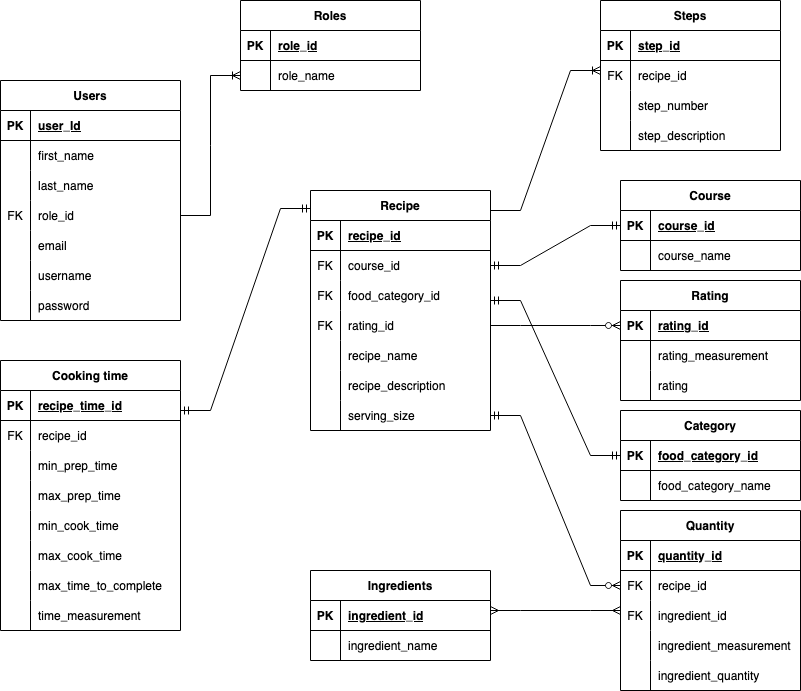
The draw.io diagram database/ERD/ERD-recipes.png in asettle/recipe-database, before a commit. Source tidied: cells renumbered, new cells last; positions are measured from the earlier drawing's top-left corner, leaving out a move shared by most shapes.
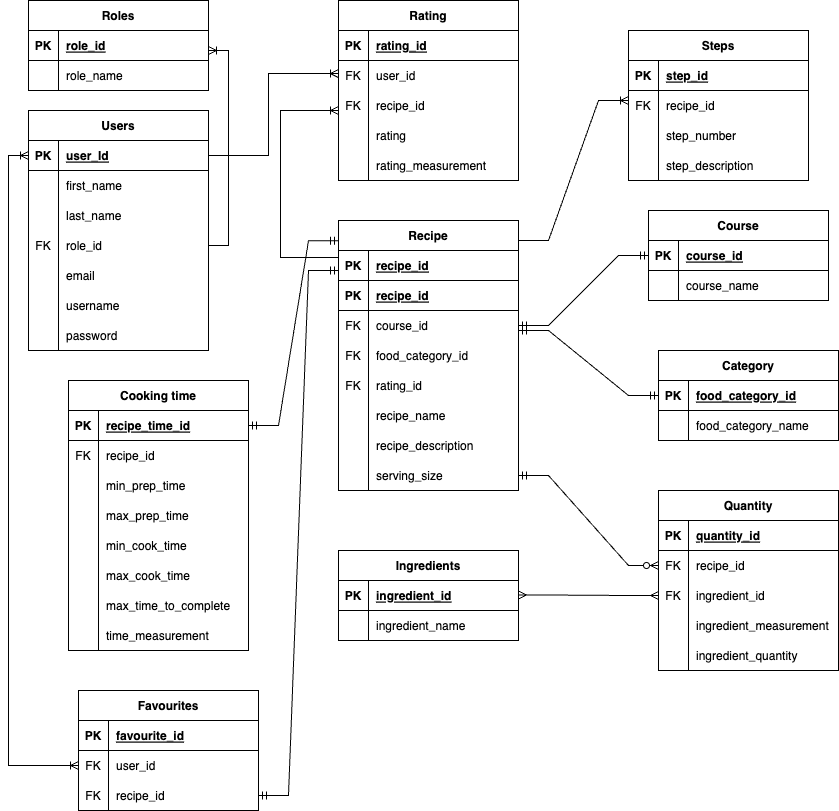
After the change.

Commit message:
Updating database with favourites and ratings

What changed in the source:
```diff
@@ -69,7 +69,7 @@
       <mxGeometry x="30" width="150" height="30" as="geometry" />
     </mxCell>
     <mxCell id="24" value="Roles" style="shape=table;startSize=30;rowLines=0;fontStyle=1;align=center;" parent="1" vertex="1">
-      <mxGeometry x="240" width="180" height="90" as="geometry" />
+      <mxGeometry y="-30" width="180" height="90" as="geometry" />
     </mxCell>
     <mxCell id="25" style="shape=tableRow;horizontal=0;startSize=0;swimlaneHead=0;swimlaneBody=0;fillColor=none;top=0;left=0;right=0;bottom=1;" parent="24" vertex="1">
       <mxGeometry y="30" width="180" height="30" as="geometry" />
@@ -90,10 +90,19 @@
       <mxGeometry x="30" width="150" height="30" as="geometry" />
     </mxCell>
     <mxCell id="31" value="Recipe" style="shape=table;startSize=30;rowLines=0;fontStyle=1;align=center;" parent="1" vertex="1">
-      <mxGeometry x="310" y="190" width="180" height="240" as="geometry" />
+      <mxGeometry x="310" y="190" width="180" height="270" as="geometry" />
     </mxCell>
+    <mxCell id="146" style="shape=tableRow;horizontal=0;startSize=0;swimlaneHead=0;swimlaneBody=0;fillColor=none;top=0;left=0;right=0;bottom=1;" parent="31" vertex="1">
+      <mxGeometry y="30" width="180" height="30" as="geometry" />
+    </mxCell>
+    <mxCell id="147" value="PK" style="shape=partialRectangle;fillColor=none;top=0;left=0;bottom=0;right=0;fontStyle=1;overflow=hidden;" parent="146" vertex="1">
+      <mxGeometry width="30" height="30" as="geometry" />
+    </mxCell>
+    <mxCell id="148" value="recipe_id" style="shape=partialRectangle;fillColor=none;top=0;left=0;bottom=0;right=0;align=left;spacingLeft=6;fontStyle=5;overflow=hidden;" parent="146" vertex="1">
+      <mxGeometry x="30" width="150" height="30" as="geometry" />
+    </mxCell>
     <mxCell id="32" style="shape=tableRow;horizontal=0;startSize=0;swimlaneHead=0;swimlaneBody=0;fillColor=none;top=0;left=0;right=0;bottom=1;" parent="31" vertex="1">
-      <mxGeometry y="30" width="180" height="30" as="geometry" />
+      <mxGeometry y="60" width="180" height="30" as="geometry" />
     </mxCell>
     <mxCell id="33" value="PK" style="shape=partialRectangle;fillColor=none;top=0;left=0;bottom=0;right=0;fontStyle=1;overflow=hidden;" parent="32" vertex="1">
       <mxGeometry width="30" height="30" as="geometry" />
@@ -102,7 +111,7 @@
       <mxGeometry x="30" width="150" height="30" as="geometry" />
     </mxCell>
     <mxCell id="35" style="shape=tableRow;horizontal=0;startSize=0;swimlaneHead=0;swimlaneBody=0;fillColor=none;points=[[0,0.5],[1,0.5]];portConstraint=eastwest;top=0;left=0;right=0;bottom=0;" parent="31" vertex="1">
-      <mxGeometry y="60" width="180" height="30" as="geometry" />
+      <mxGeometry y="90" width="180" height="30" as="geometry" />
     </mxCell>
     <mxCell id="36" value="FK" style="shape=partialRectangle;fillColor=none;top=0;left=0;bottom=0;right=0;overflow=hidden;" parent="35" vertex="1">
       <mxGeometry width="30" height="30" as="geometry" />
@@ -111,7 +120,7 @@
       <mxGeometry x="30" width="150" height="30" as="geometry" />
     </mxCell>
     <mxCell id="38" style="shape=tableRow;horizontal=0;startSize=0;swimlaneHead=0;swimlaneBody=0;fillColor=none;top=0;left=0;right=0;bottom=0;" parent="31" vertex="1">
-      <mxGeometry y="90" width="180" height="30" as="geometry" />
+      <mxGeometry y="120" width="180" height="30" as="geometry" />
     </mxCell>
     <mxCell id="39" value="FK" style="shape=partialRectangle;fillColor=none;top=0;left=0;bottom=0;right=0;overflow=hidden;" parent="38" vertex="1">
       <mxGeometry width="30" height="30" as="geometry" />
@@ -120,7 +129,7 @@
       <mxGeometry x="30" width="150" height="30" as="geometry" />
     </mxCell>
     <mxCell id="41" style="shape=tableRow;horizontal=0;startSize=0;swimlaneHead=0;swimlaneBody=0;fillColor=none;points=[[0,0.5],[1,0.5]];portConstraint=eastwest;top=0;left=0;right=0;bottom=0;" parent="31" vertex="1">
-      <mxGeometry y="120" width="180" height="30" as="geometry" />
+      <mxGeometry y="150" width="180" height="30" as="geometry" />
     </mxCell>
     <mxCell id="42" value="FK" style="shape=partialRectangle;fillColor=none;top=0;left=0;bottom=0;right=0;overflow=hidden;" parent="41" vertex="1">
       <mxGeometry width="30" height="30" as="geometry" />
@@ -129,7 +138,7 @@
       <mxGeometry x="30" width="150" height="30" as="geometry" />
     </mxCell>
     <mxCell id="44" style="shape=tableRow;horizontal=0;startSize=0;swimlaneHead=0;swimlaneBody=0;fillColor=none;top=0;left=0;right=0;bottom=0;" parent="31" vertex="1">
-      <mxGeometry y="150" width="180" height="30" as="geometry" />
+      <mxGeometry y="180" width="180" height="30" as="geometry" />
     </mxCell>
     <mxCell id="45" style="shape=partialRectangle;fillColor=none;top=0;left=0;bottom=0;right=0;overflow=hidden;" parent="44" vertex="1">
       <mxGeometry width="30" height="30" as="geometry" />
@@ -138,7 +147,7 @@
       <mxGeometry x="30" width="150" height="30" as="geometry" />
     </mxCell>
     <mxCell id="47" style="shape=tableRow;horizontal=0;startSize=0;swimlaneHead=0;swimlaneBody=0;fillColor=none;top=0;left=0;right=0;bottom=0;" parent="31" vertex="1">
-      <mxGeometry y="180" width="180" height="30" as="geometry" />
+      <mxGeometry y="210" width="180" height="30" as="geometry" />
     </mxCell>
     <mxCell id="48" style="shape=partialRectangle;fillColor=none;top=0;left=0;bottom=0;right=0;overflow=hidden;" parent="47" vertex="1">
       <mxGeometry width="30" height="30" as="geometry" />
@@ -147,7 +156,7 @@
       <mxGeometry x="30" width="150" height="30" as="geometry" />
     </mxCell>
     <mxCell id="50" style="shape=tableRow;horizontal=0;startSize=0;swimlaneHead=0;swimlaneBody=0;fillColor=none;points=[[0,0.5],[1,0.5]];portConstraint=eastwest;top=0;left=0;right=0;bottom=0;" parent="31" vertex="1">
-      <mxGeometry y="210" width="180" height="30" as="geometry" />
+      <mxGeometry y="240" width="180" height="30" as="geometry" />
     </mxCell>
     <mxCell id="51" style="shape=partialRectangle;fillColor=none;top=0;left=0;bottom=0;right=0;overflow=hidden;" parent="50" vertex="1">
       <mxGeometry width="30" height="30" as="geometry" />
@@ -156,7 +165,7 @@
       <mxGeometry x="30" width="150" height="30" as="geometry" />
     </mxCell>
     <mxCell id="53" value="Cooking time" style="shape=table;startSize=30;rowLines=0;fontStyle=1;align=center;" parent="1" vertex="1">
-      <mxGeometry y="360" width="180" height="270" as="geometry" />
+      <mxGeometry x="40" y="350" width="180" height="270" as="geometry" />
     </mxCell>
     <mxCell id="54" style="shape=tableRow;horizontal=0;startSize=0;swimlaneHead=0;swimlaneBody=0;fillColor=none;points=[[0,0.5],[1,0.5]];portConstraint=eastwest;top=0;left=0;right=0;bottom=1;" parent="53" vertex="1">
       <mxGeometry y="30" width="180" height="30" as="geometry" />
@@ -231,7 +240,7 @@
       <mxGeometry x="30" width="150" height="30" as="geometry" />
     </mxCell>
     <mxCell id="78" value="Rating" style="shape=table;startSize=30;rowLines=0;fontStyle=1;align=center;" parent="1" vertex="1">
-      <mxGeometry x="620" y="280" width="180" height="120" as="geometry" />
+      <mxGeometry x="310" y="-30" width="180" height="180" as="geometry" />
     </mxCell>
     <mxCell id="79" style="shape=tableRow;horizontal=0;startSize=0;swimlaneHead=0;swimlaneBody=0;fillColor=none;points=[[0,0.5],[1,0.5]];portConstraint=eastwest;top=0;left=0;right=0;bottom=1;" parent="78" vertex="1">
       <mxGeometry y="30" width="180" height="30" as="geometry" />
@@ -245,21 +254,39 @@
     <mxCell id="82" style="shape=tableRow;horizontal=0;startSize=0;swimlaneHead=0;swimlaneBody=0;fillColor=none;top=0;left=0;right=0;bottom=0;" parent="78" vertex="1">
       <mxGeometry y="60" width="180" height="30" as="geometry" />
     </mxCell>
-    <mxCell id="83" style="shape=partialRectangle;fillColor=none;top=0;left=0;bottom=0;right=0;overflow=hidden;" parent="82" vertex="1">
+    <mxCell id="83" value="FK" style="shape=partialRectangle;fillColor=none;top=0;left=0;bottom=0;right=0;overflow=hidden;" parent="82" vertex="1">
       <mxGeometry width="30" height="30" as="geometry" />
     </mxCell>
-    <mxCell id="84" value="rating_measurement" style="shape=partialRectangle;fillColor=none;top=0;left=0;bottom=0;right=0;align=left;spacingLeft=6;overflow=hidden;" parent="82" vertex="1">
+    <mxCell id="84" value="user_id" style="shape=partialRectangle;fillColor=none;top=0;left=0;bottom=0;right=0;align=left;spacingLeft=6;overflow=hidden;" parent="82" vertex="1">
       <mxGeometry x="30" width="150" height="30" as="geometry" />
     </mxCell>
-    <mxCell id="85" style="shape=tableRow;horizontal=0;startSize=0;swimlaneHead=0;swimlaneBody=0;fillColor=none;top=0;left=0;right=0;bottom=0;" parent="78" vertex="1">
-      <mxGeometry y="90" width="180" height="30" as="geometry" />
-    </mxCell>
-    <mxCell id="86" style="shape=partialRectangle;fillColor=none;top=0;left=0;bottom=0;right=0;overflow=hidden;" parent="85" vertex="1">
-      <mxGeometry width="30" height="30" as="geometry" />
-    </mxCell>
+    <mxCell id="149" style="shape=tableRow;horizontal=0;startSize=0;swimlaneHead=0;swimlaneBody=0;fillColor=none;top=0;left=0;right=0;bottom=0;" parent="78" vertex="1">
+      <mxGeometry y="90" width="180" height="30" as="geometry" />
+    </mxCell>
+    <mxCell id="150" value="FK" style="shape=partialRectangle;fillColor=none;top=0;left=0;bottom=0;right=0;overflow=hidden;" parent="149" vertex="1">
+      <mxGeometry width="30" height="30" as="geometry" />
+    </mxCell>
+    <mxCell id="151" value="recipe_id" style="shape=partialRectangle;fillColor=none;top=0;left=0;bottom=0;right=0;align=left;spacingLeft=6;overflow=hidden;" parent="149" vertex="1">
+      <mxGeometry x="30" width="150" height="30" as="geometry" />
+    </mxCell>
+    <mxCell id="152" style="shape=tableRow;horizontal=0;startSize=0;swimlaneHead=0;swimlaneBody=0;fillColor=none;top=0;left=0;right=0;bottom=0;" parent="78" vertex="1">
+      <mxGeometry y="120" width="180" height="30" as="geometry" />
+    </mxCell>
+    <mxCell id="153" style="shape=partialRectangle;fillColor=none;top=0;left=0;bottom=0;right=0;overflow=hidden;" parent="152" vertex="1">
+      <mxGeometry width="30" height="30" as="geometry" />
+    </mxCell>
-    <mxCell id="87" value="rating" style="shape=partialRectangle;fillColor=none;top=0;left=0;bottom=0;right=0;align=left;spacingLeft=6;overflow=hidden;" parent="85" vertex="1">
+    <mxCell id="87" value="rating" style="shape=partialRectangle;fillColor=none;top=0;left=0;bottom=0;right=0;align=left;spacingLeft=6;overflow=hidden;" parent="152" vertex="1">
       <mxGeometry x="30" width="150" height="30" as="geometry" />
     </mxCell>
+    <mxCell id="154" style="shape=tableRow;horizontal=0;startSize=0;swimlaneHead=0;swimlaneBody=0;fillColor=none;top=0;left=0;right=0;bottom=0;" parent="78" vertex="1">
+      <mxGeometry y="150" width="180" height="30" as="geometry" />
+    </mxCell>
+    <mxCell id="155" style="shape=partialRectangle;fillColor=none;top=0;left=0;bottom=0;right=0;overflow=hidden;" parent="154" vertex="1">
+      <mxGeometry width="30" height="30" as="geometry" />
+    </mxCell>
+    <mxCell id="156" value="rating_measurement" style="shape=partialRectangle;fillColor=none;top=0;left=0;bottom=0;right=0;align=left;spacingLeft=6;overflow=hidden;" parent="154" vertex="1">
+      <mxGeometry x="30" width="150" height="30" as="geometry" />
+    </mxCell>
     <mxCell id="88" value="Steps" style="shape=table;startSize=30;rowLines=0;fontStyle=1;align=center;" parent="1" vertex="1">
       <mxGeometry x="600" width="180" height="150" as="geometry" />
     </mxCell>
@@ -300,7 +327,7 @@
       <mxGeometry x="30" width="150" height="30" as="geometry" />
     </mxCell>
     <mxCell id="101" value="Category" style="shape=table;startSize=30;rowLines=0;fontStyle=1;align=center;" parent="1" vertex="1">
-      <mxGeometry x="620" y="410" width="180" height="90" as="geometry" />
+      <mxGeometry x="630" y="320" width="180" height="90" as="geometry" />
     </mxCell>
     <mxCell id="102" style="shape=tableRow;horizontal=0;startSize=0;swimlaneHead=0;swimlaneBody=0;fillColor=none;points=[[0,0.5],[1,0.5]];portConstraint=eastwest;top=0;left=0;right=0;bottom=1;" parent="101" vertex="1">
       <mxGeometry y="30" width="180" height="30" as="geometry" />
@@ -342,7 +369,7 @@
       <mxGeometry x="30" width="150" height="30" as="geometry" />
     </mxCell>
     <mxCell id="115" value="Ingredients" style="shape=table;startSize=30;rowLines=0;fontStyle=1;align=center;" parent="1" vertex="1">
-      <mxGeometry x="310" y="570" width="180" height="90" as="geometry" />
+      <mxGeometry x="310" y="520" width="180" height="90" as="geometry" />
     </mxCell>
     <mxCell id="116" style="shape=tableRow;horizontal=0;startSize=0;swimlaneHead=0;swimlaneBody=0;fillColor=none;top=0;left=0;right=0;bottom=1;" parent="115" vertex="1">
       <mxGeometry y="30" width="180" height="30" as="geometry" />
@@ -363,7 +390,7 @@
       <mxGeometry x="30" width="150" height="30" as="geometry" />
     </mxCell>
     <mxCell id="122" value="Quantity" style="shape=table;startSize=30;rowLines=0;fontStyle=1;align=center;" parent="1" vertex="1">
-      <mxGeometry x="620" y="510" width="180" height="180" as="geometry" />
+      <mxGeometry x="630" y="460" width="180" height="180" as="geometry" />
     </mxCell>
     <mxCell id="123" style="shape=tableRow;horizontal=0;startSize=0;swimlaneHead=0;swimlaneBody=0;fillColor=none;top=0;left=0;right=0;bottom=1;" parent="122" vertex="1">
       <mxGeometry y="30" width="180" height="30" as="geometry" />
@@ -410,24 +437,25 @@
     <mxCell id="137" value="ingredient_quantity" style="shape=partialRectangle;fillColor=none;top=0;left=0;bottom=0;right=0;align=left;spacingLeft=6;overflow=hidden;" parent="135" vertex="1">
       <mxGeometry x="30" width="150" height="30" as="geometry" />
     </mxCell>
-    <mxCell id="138" style="edgeStyle=entityRelationEdgeStyle;fontSize=12;html=1;endArrow=ERoneToMany;rounded=0;exitX=1;exitY=0.5;exitDx=0;exitDy=0;" parent="1" edge="1" source="12">
+    <mxCell id="138" style="edgeStyle=orthogonalEdgeStyle;fontSize=12;html=1;endArrow=ERoneToMany;rounded=0;exitX=1;exitY=0.5;exitDx=0;exitDy=0;" parent="1" edge="1">
       <mxGeometry relative="1" as="geometry">
-        <mxPoint x="240" y="75" as="targetPoint" />
+        <mxPoint x="180" y="215" as="sourcePoint" />
+        <mxPoint x="180" y="20" as="targetPoint" />
+        <Array as="points">
+          <mxPoint x="200" y="215" />
+          <mxPoint x="200" y="20" />
+        </Array>
       </mxGeometry>
     </mxCell>
-    <mxCell id="139" style="edgeStyle=entityRelationEdgeStyle;fontSize=12;html=1;endArrow=ERzeroToMany;endFill=1;rounded=0;exitX=1;exitY=0.5;exitDx=0;exitDy=0;entryX=0;entryY=0.5;entryDx=0;entryDy=0;" parent="1" edge="1" source="41" target="79">
-      <mxGeometry relative="1" as="geometry" />
-    </mxCell>
     <mxCell id="140" style="edgeStyle=entityRelationEdgeStyle;fontSize=12;html=1;endArrow=ERmandOne;startArrow=ERmandOne;rounded=0;exitX=1;exitY=0.5;exitDx=0;exitDy=0;entryX=0;entryY=0.5;entryDx=0;entryDy=0;" parent="1" edge="1" source="35" target="109">
       <mxGeometry relative="1" as="geometry" />
     </mxCell>
     <mxCell id="141" style="edgeStyle=entityRelationEdgeStyle;fontSize=12;html=1;endArrow=ERzeroToMany;startArrow=ERmandOne;rounded=0;exitX=1;exitY=0.5;exitDx=0;exitDy=0;entryX=0;entryY=0.5;entryDx=0;entryDy=0;" parent="1" edge="1" source="50" target="126">
       <mxGeometry relative="1" as="geometry" />
     </mxCell>
-    <mxCell id="142" style="edgeStyle=entityRelationEdgeStyle;fontSize=12;html=1;endArrow=ERmany;startArrow=ERmany;rounded=0;" parent="1" edge="1">
+    <mxCell id="142" style="edgeStyle=entityRelationEdgeStyle;fontSize=12;html=1;endArrow=ERmany;startArrow=ERmany;rounded=0;entryX=0;entryY=0.5;entryDx=0;entryDy=0;" parent="1" edge="1" target="129">
       <mxGeometry relative="1" as="geometry">
-        <mxPoint x="490" y="610" as="sourcePoint" />
-        <mxPoint x="620" y="610" as="targetPoint" />
+        <mxPoint x="490" y="564.5" as="sourcePoint" />
       </mxGeometry>
     </mxCell>
     <mxCell id="143" style="edgeStyle=entityRelationEdgeStyle;fontSize=12;html=1;endArrow=ERoneToMany;rounded=0;" parent="1" edge="1">
@@ -441,10 +469,71 @@
         <mxPoint x="490" y="300" as="sourcePoint" />
       </mxGeometry>
     </mxCell>
-    <mxCell id="145" style="edgeStyle=entityRelationEdgeStyle;fontSize=12;html=1;endArrow=ERmandOne;startArrow=ERmandOne;rounded=0;entryX=0;entryY=0.075;entryDx=0;entryDy=0;entryPerimeter=0;" parent="1" edge="1" target="31">
-      <mxGeometry relative="1" as="geometry">
-        <mxPoint x="180" y="410" as="sourcePoint" />
-      </mxGeometry>
+    <mxCell id="145" style="edgeStyle=entityRelationEdgeStyle;fontSize=12;html=1;endArrow=ERmandOne;startArrow=ERmandOne;rounded=0;entryX=0;entryY=0.075;entryDx=0;entryDy=0;entryPerimeter=0;exitX=1;exitY=0.5;exitDx=0;exitDy=0;" parent="1" edge="1" source="54" target="31">
+      <mxGeometry relative="1" as="geometry" />
     </mxCell>
+    <mxCell id="157" value="Favourites" style="shape=table;startSize=30;rowLines=0;fontStyle=1;align=center;" parent="1" vertex="1">
+      <mxGeometry x="50" y="660" width="180" height="120" as="geometry" />
+    </mxCell>
+    <mxCell id="158" style="shape=tableRow;horizontal=0;startSize=0;swimlaneHead=0;swimlaneBody=0;fillColor=none;top=0;left=0;right=0;bottom=1;" parent="157" vertex="1">
+      <mxGeometry y="30" width="180" height="30" as="geometry" />
+    </mxCell>
+    <mxCell id="159" value="PK" style="shape=partialRectangle;fillColor=none;top=0;left=0;bottom=0;right=0;fontStyle=1;overflow=hidden;" parent="158" vertex="1">
+      <mxGeometry width="30" height="30" as="geometry" />
+    </mxCell>
+    <mxCell id="160" value="favourite_id" style="shape=partialRectangle;fillColor=none;top=0;left=0;bottom=0;right=0;align=left;spacingLeft=6;fontStyle=5;overflow=hidden;" parent="158" vertex="1">
+      <mxGeometry x="30" width="150" height="30" as="geometry" />
+    </mxCell>
+    <mxCell id="161" style="shape=tableRow;horizontal=0;startSize=0;swimlaneHead=0;swimlaneBody=0;fillColor=none;top=0;left=0;right=0;bottom=0;" parent="157" vertex="1">
+      <mxGeometry y="60" width="180" height="30" as="geometry" />
+    </mxCell>
+    <mxCell id="162" value="FK" style="shape=partialRectangle;fillColor=none;top=0;left=0;bottom=0;right=0;overflow=hidden;" parent="161" vertex="1">
+      <mxGeometry width="30" height="30" as="geometry" />
+    </mxCell>
+    <mxCell id="163" value="user_id" style="shape=partialRectangle;fillColor=none;top=0;left=0;bottom=0;right=0;align=left;spacingLeft=6;overflow=hidden;" parent="161" vertex="1">
+      <mxGeometry x="30" width="150" height="30" as="geometry" />
+    </mxCell>
+    <mxCell id="164" style="shape=tableRow;horizontal=0;startSize=0;swimlaneHead=0;swimlaneBody=0;fillColor=none;points=[[0,0.5],[1,0.5]];portConstraint=eastwest;top=0;left=0;right=0;bottom=0;" parent="157" vertex="1">
+      <mxGeometry y="90" width="180" height="30" as="geometry" />
+    </mxCell>
+    <mxCell id="165" value="FK" style="shape=partialRectangle;fillColor=none;top=0;left=0;bottom=0;right=0;overflow=hidden;" parent="164" vertex="1">
+      <mxGeometry width="30" height="30" as="geometry" />
+    </mxCell>
+    <mxCell id="166" value="recipe_id" style="shape=partialRectangle;fillColor=none;top=0;left=0;bottom=0;right=0;align=left;spacingLeft=6;overflow=hidden;" parent="164" vertex="1">
+      <mxGeometry x="30" width="150" height="30" as="geometry" />
+    </mxCell>
+    <mxCell id="167" style="edgeStyle=entityRelationEdgeStyle;fontSize=12;html=1;endArrow=ERmandOne;startArrow=ERmandOne;rounded=0;entryX=0;entryY=0.075;entryDx=0;entryDy=0;entryPerimeter=0;exitX=1;exitY=0.5;exitDx=0;exitDy=0;" parent="1" edge="1" source="164">
+      <mxGeometry relative="1" as="geometry">
+        <mxPoint x="310" y="240" as="targetPoint" />
+      </mxGeometry>
+    </mxCell>
+    <mxCell id="168" style="fontSize=12;html=1;endArrow=ERoneToMany;rounded=0;edgeStyle=orthogonalEdgeStyle;exitX=0;exitY=0.5;exitDx=0;exitDy=0;startArrow=ERoneToMany;startFill=0;" parent="1" edge="1" source="3">
+      <mxGeometry relative="1" as="geometry">
+        <mxPoint x="50" y="735" as="targetPoint" />
+        <Array as="points">
+          <mxPoint x="-20" y="125" />
+          <mxPoint x="-20" y="735" />
+        </Array>
+      </mxGeometry>
+    </mxCell>
+    <mxCell id="169" style="edgeStyle=orthogonalEdgeStyle;fontSize=12;html=1;endArrow=ERoneToMany;rounded=0;exitX=-0.011;exitY=0.233;exitDx=0;exitDy=0;exitPerimeter=0;" parent="1" edge="1">
+      <mxGeometry relative="1" as="geometry">
+        <mxPoint x="310" y="227" as="sourcePoint" />
+        <mxPoint x="310" y="80" as="targetPoint" />
+        <Array as="points">
+          <mxPoint x="252" y="227" />
+          <mxPoint x="252" y="80" />
+        </Array>
+      </mxGeometry>
+    </mxCell>
+    <mxCell id="170" style="edgeStyle=orthogonalEdgeStyle;fontSize=12;html=1;endArrow=ERoneToMany;rounded=0;exitX=1;exitY=0.5;exitDx=0;exitDy=0;" parent="1" edge="1" source="3">
+      <mxGeometry relative="1" as="geometry">
+        <mxPoint x="310" y="43" as="targetPoint" />
+        <Array as="points">
+          <mxPoint x="240" y="125" />
+          <mxPoint x="240" y="43" />
+        </Array>
+      </mxGeometry>
+    </mxCell>
   </root>
 </mxGraphModel>
```
